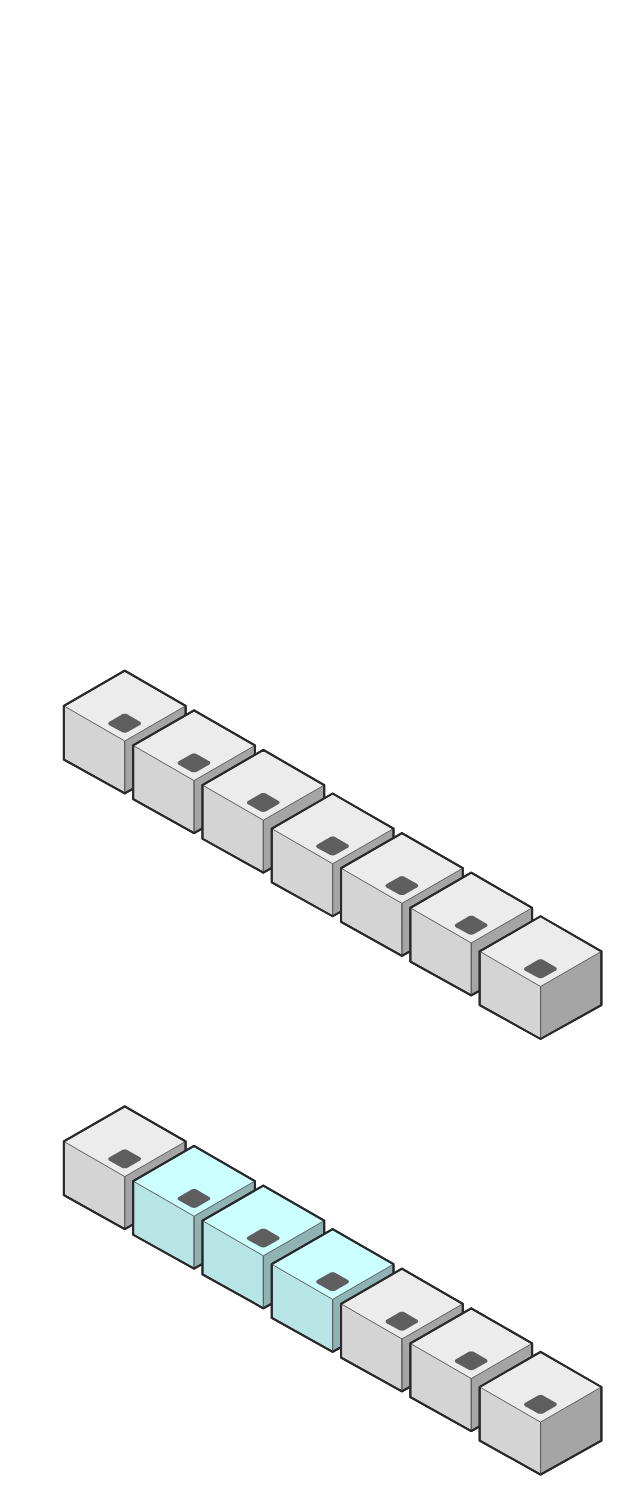
The draw.io diagram arch/Untitled Diagram.drawio in Arnauld/schema, before the edit. Source tidied: cells renumbered, new cells numbered last; positions are measured from the earlier drawing's top-left corner, leaving out a move shared by most shapes. Both pictures are drawn from the tidied source at 99%, with x=0, y=0 at pixel (63, 670).
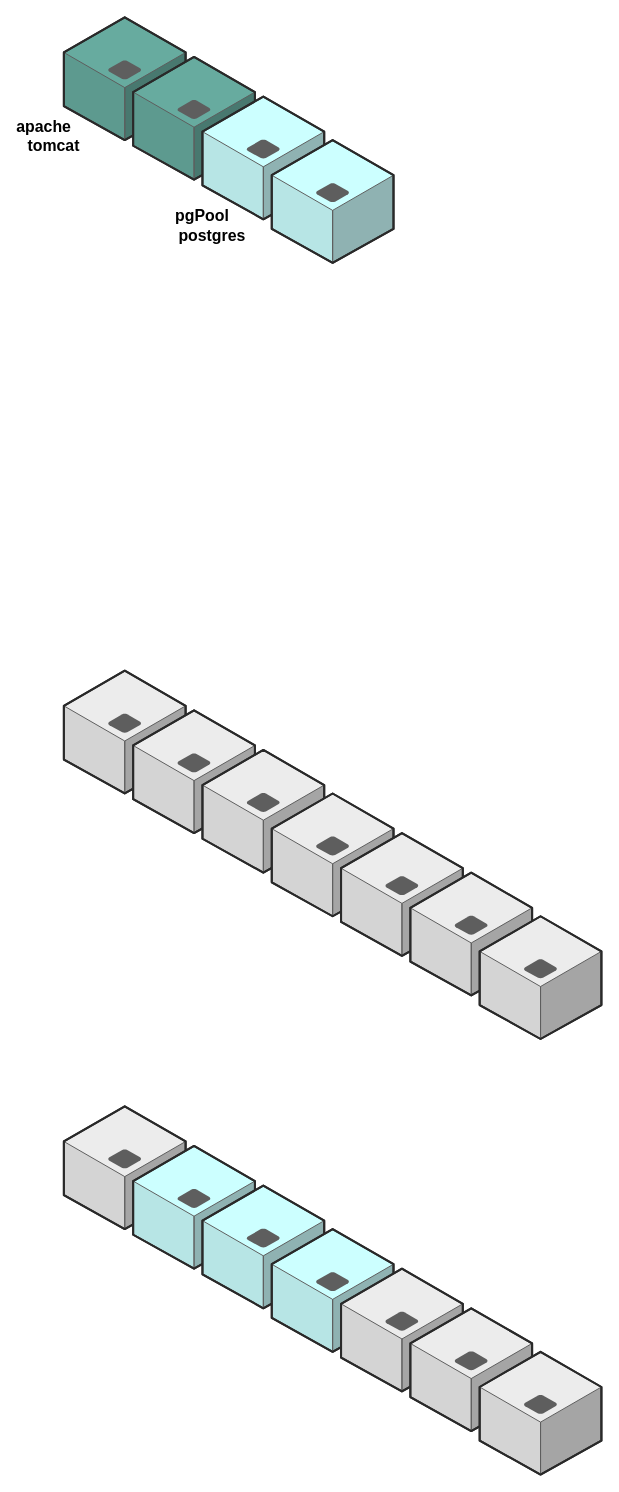
The same diagram, later.

What changed in the source:
```diff
@@
+    <mxCell id="17" style="verticalLabelPosition=bottom;html=1;verticalAlign=top;strokeWidth=1;align=center;dashed=0;shape=mxgraph.aws3d.application_server;fillColor=#67AB9F;strokeColor=#5E5E5E;" parent="1" vertex="1">
+      <mxGeometry y="-660" width="123" height="124" as="geometry" />
+    </mxCell>
+    <mxCell id="18" style="verticalLabelPosition=bottom;html=1;verticalAlign=top;strokeWidth=1;align=center;dashed=0;shape=mxgraph.aws3d.application_server;fillColor=#67AB9F;strokeColor=#5E5E5E;" parent="1" vertex="1">
+      <mxGeometry x="70" y="-620" width="123" height="124" as="geometry" />
+    </mxCell>
+    <mxCell id="19" style="verticalLabelPosition=bottom;html=1;verticalAlign=top;strokeWidth=1;align=center;dashed=0;shape=mxgraph.aws3d.application_server;fillColor=#CCFFFF;strokeColor=#5E5E5E;" parent="1" vertex="1">
+      <mxGeometry x="140" y="-580" width="123" height="124" as="geometry" />
+    </mxCell>
+    <mxCell id="20" style="verticalLabelPosition=bottom;html=1;verticalAlign=top;strokeWidth=1;align=center;dashed=0;shape=mxgraph.aws3d.application_server;fillColor=#CCFFFF;strokeColor=#5E5E5E;" parent="1" vertex="1">
+      <mxGeometry x="210" y="-536" width="123" height="124" as="geometry" />
+    </mxCell>
+    <mxCell id="21" value="&lt;b&gt;apache&lt;/b&gt;" style="text;html=1;strokeColor=none;fillColor=none;align=center;verticalAlign=middle;whiteSpace=wrap;rounded=0;fontSize=16;" parent="1" vertex="1">
+      <mxGeometry x="-40" y="-560" width="40" height="20" as="geometry" />
+    </mxCell>
+    <mxCell id="22" value="&lt;b&gt;tomcat&lt;/b&gt;" style="text;html=1;strokeColor=none;fillColor=none;align=center;verticalAlign=middle;whiteSpace=wrap;rounded=0;fontSize=16;" parent="1" vertex="1">
+      <mxGeometry x="-30" y="-540" width="40" height="20" as="geometry" />
+    </mxCell>
+    <mxCell id="23" value="&lt;b&gt;pgPool&lt;/b&gt;" style="text;html=1;strokeColor=none;fillColor=none;align=center;verticalAlign=middle;whiteSpace=wrap;rounded=0;fontSize=16;" parent="1" vertex="1">
+      <mxGeometry x="120" y="-470" width="40" height="20" as="geometry" />
+    </mxCell>
+    <mxCell id="24" value="&lt;b&gt;postgres&lt;/b&gt;" style="text;html=1;strokeColor=none;fillColor=none;align=center;verticalAlign=middle;whiteSpace=wrap;rounded=0;fontSize=16;" parent="1" vertex="1">
+      <mxGeometry x="130" y="-450" width="40" height="20" as="geometry" />
+    </mxCell>
```
